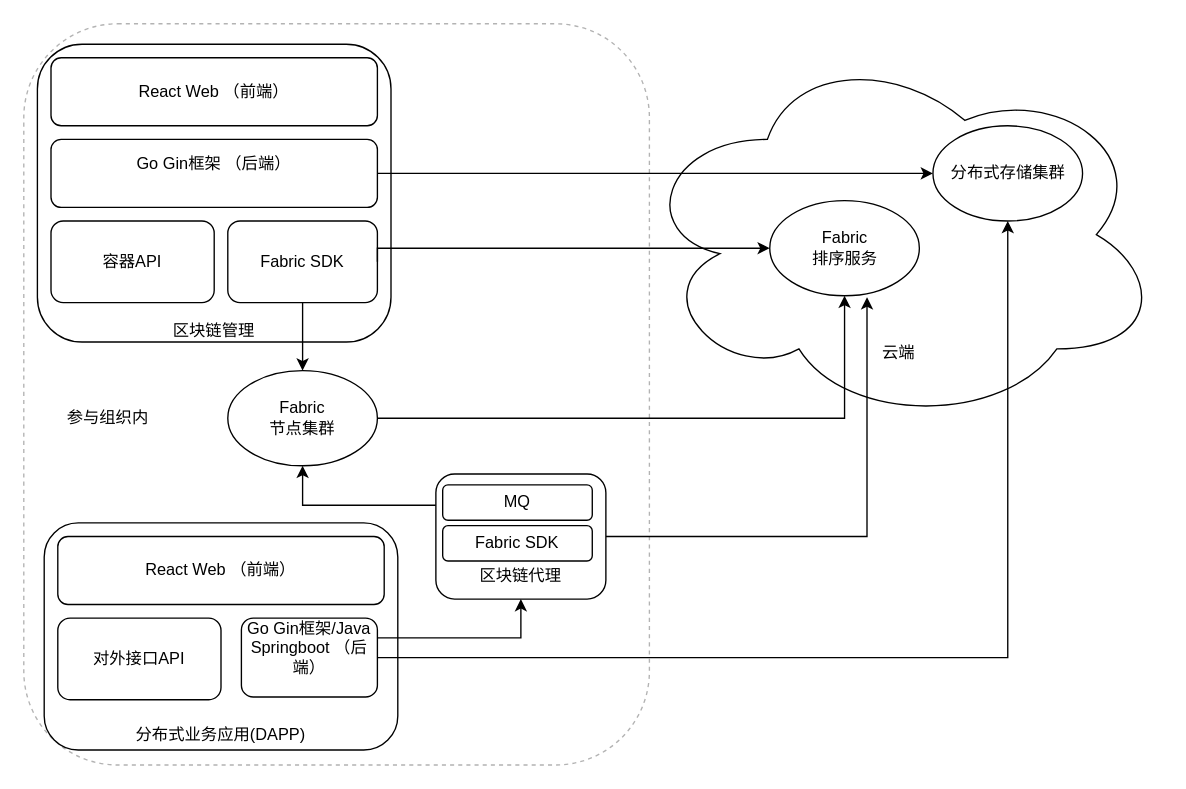
The draw.io diagram repository/drawio/Untitled Diagram.drawio in dilide/collections, before the edit. Source tidied: cells renumbered, new cells numbered last; positions are measured from the earlier drawing's top-left corner, leaving out a move shared by most shapes. Both pictures are drawn from the tidied source at 136%, with x=0, y=0 at pixel (23, 23).
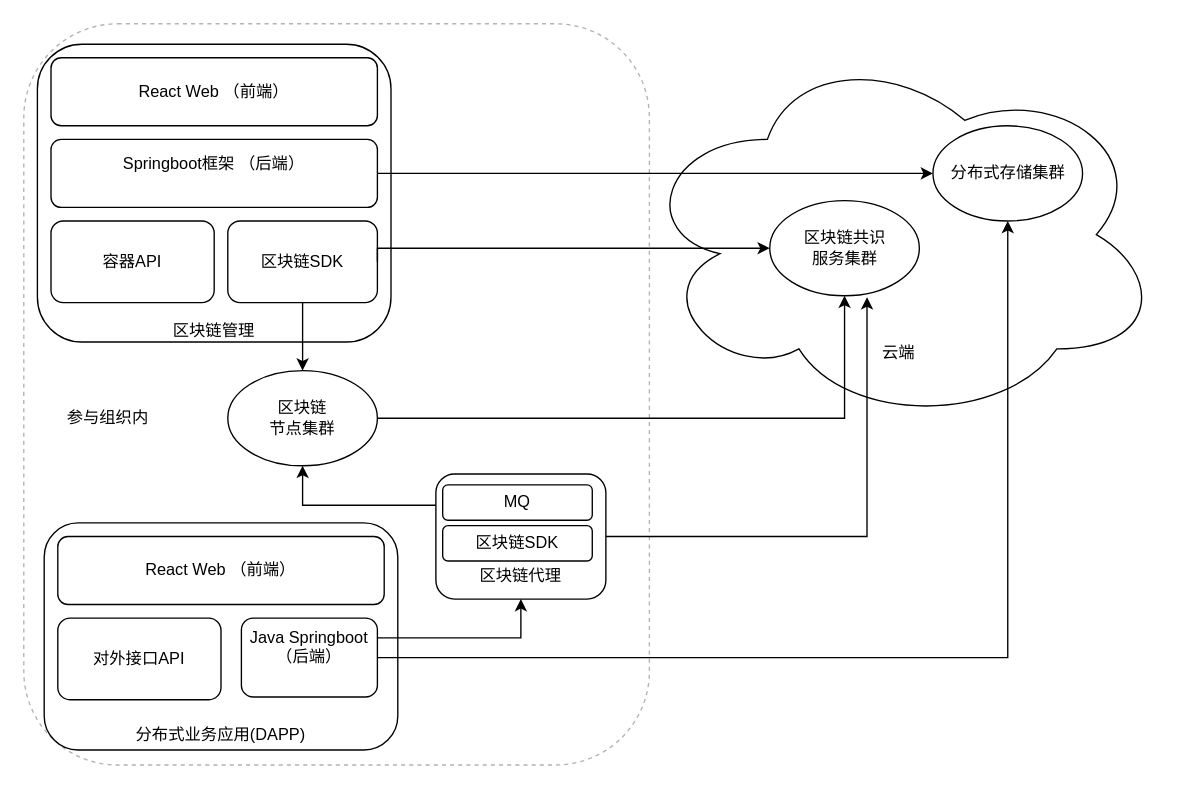
The same page after the edit.

The edit, as a diff of the source:
```diff
@@
-    <mxCell id="4" value="Go Gin框架 （后端）&lt;br&gt;&lt;br&gt;" style="rounded=1;whiteSpace=wrap;html=1;" parent="1" vertex="1">
+    <mxCell id="4" value="Springboot框架 （后端）&lt;br&gt;&lt;br&gt;" style="rounded=1;whiteSpace=wrap;html=1;" parent="1" vertex="1">
       <mxGeometry x="20" y="85" width="240" height="50" as="geometry" />
     </mxCell>
@@
-    <mxCell id="8" value="Fabric SDK" style="rounded=1;whiteSpace=wrap;html=1;" parent="1" vertex="1">
+    <mxCell id="8" value="区块链SDK" style="rounded=1;whiteSpace=wrap;html=1;" parent="1" vertex="1">
       <mxGeometry x="150" y="145" width="110" height="60" as="geometry" />
     </mxCell>
@@
-    <mxCell id="11" value="Fabric&lt;br&gt;节点集群" style="ellipse;whiteSpace=wrap;html=1;" parent="1" vertex="1">
+    <mxCell id="11" value="区块链&lt;br&gt;节点集群" style="ellipse;whiteSpace=wrap;html=1;" parent="1" vertex="1">
       <mxGeometry x="150" y="255" width="110" height="70" as="geometry" />
     </mxCell>
-    <mxCell id="12" value="Fabric&lt;br&gt;排序服务&lt;br&gt;" style="ellipse;whiteSpace=wrap;html=1;" parent="1" vertex="1">
+    <mxCell id="12" value="区块链共识&lt;br&gt;服务集群&lt;br&gt;" style="ellipse;whiteSpace=wrap;html=1;" parent="1" vertex="1">
       <mxGeometry x="548.5" y="130" width="110" height="70" as="geometry" />
     </mxCell>
@@
-    <mxCell id="20" value="Go Gin框架/Java Springboot （后端）&lt;br&gt;&lt;br&gt;" style="rounded=1;whiteSpace=wrap;html=1;" parent="1" vertex="1">
+    <mxCell id="20" value="Java Springboot （后端）&lt;br&gt;&lt;br&gt;" style="rounded=1;whiteSpace=wrap;html=1;" parent="1" vertex="1">
       <mxGeometry x="160" y="437" width="100" height="58" as="geometry" />
     </mxCell>
@@
-    <mxCell id="26" value="Fabric SDK" style="rounded=1;whiteSpace=wrap;html=1;" parent="1" vertex="1">
+    <mxCell id="26" value="区块链SDK" style="rounded=1;whiteSpace=wrap;html=1;" parent="1" vertex="1">
       <mxGeometry x="308" y="369" width="110" height="26" as="geometry" />
     </mxCell>
```
